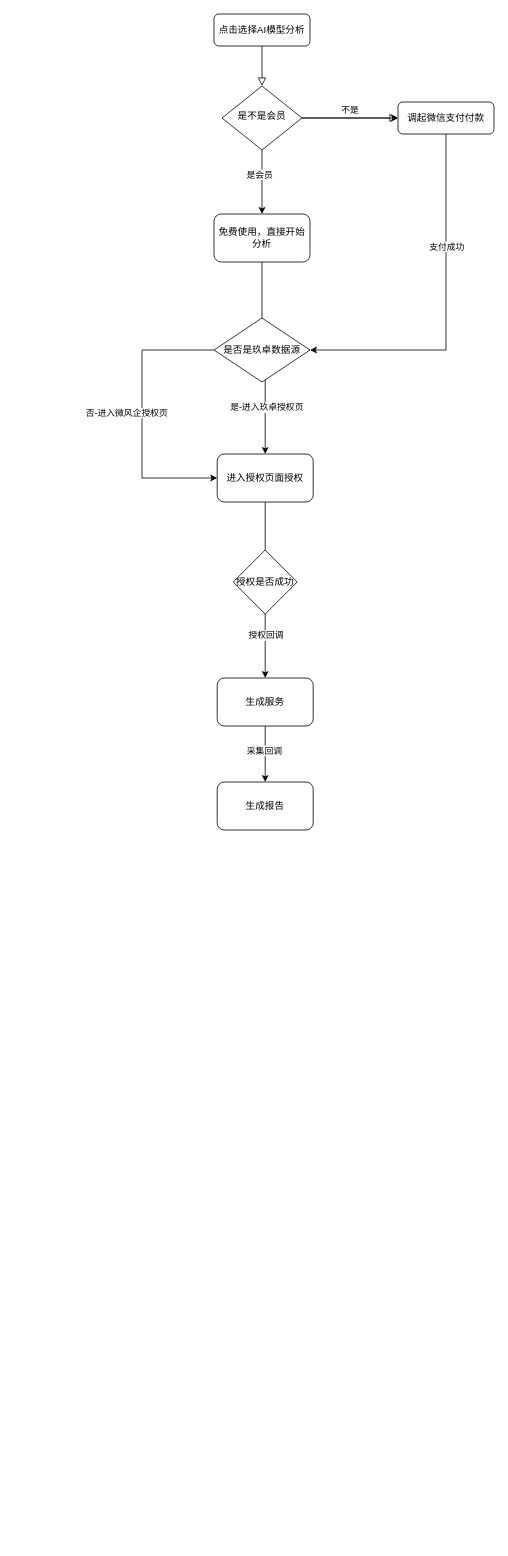
will-ye/learngitinhome keeps this draw.io diagram as 数据采集.drawio. Above is the earlier version. Source tidied: cells renumbered, new cells numbered last; positions are measured from the earlier drawing's top-left corner, leaving out a move shared by most shapes. Both pictures are drawn from the tidied source at 80%, with x=0, y=0 at pixel (142, 14).
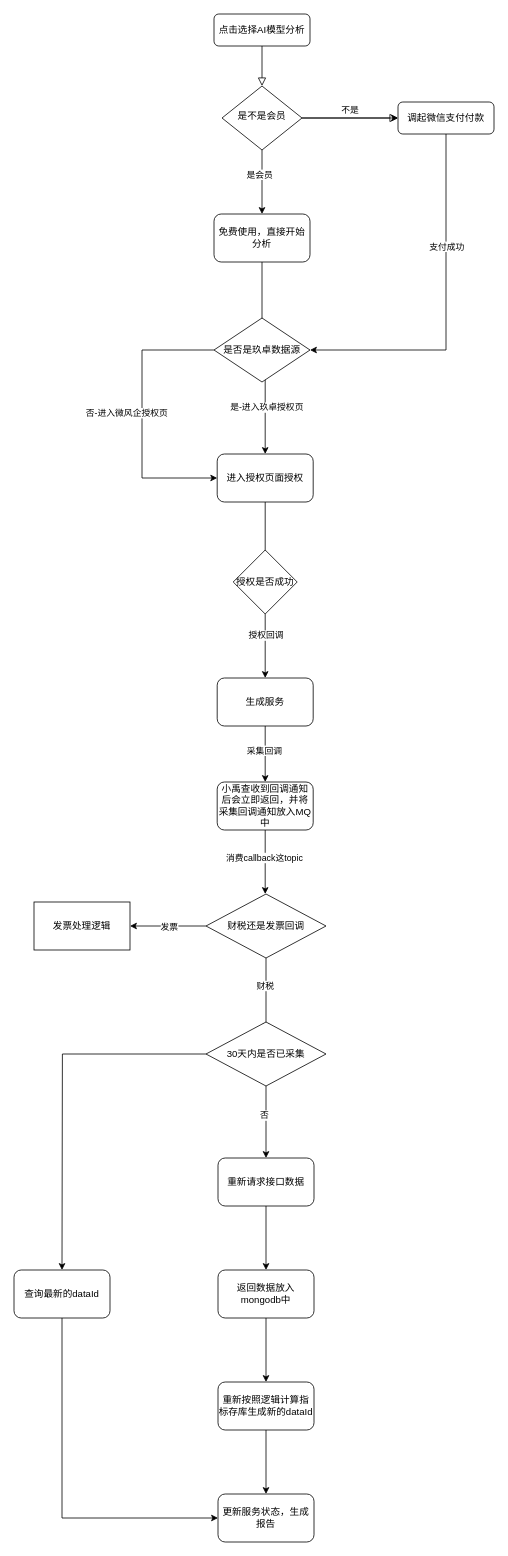
Above is the later version.

Commit message (it also covers changes not shown here):
更新数据采集.drawio

The edit, as a diff of the source:
```diff
@@
-<mxGraphModel>
+<mxGraphModel background="#ffffff">
@@
+    <mxCell id="27" style="edgeStyle=orthogonalEdgeStyle;rounded=0;jettySize=auto;html=1;" parent="1" edge="1" source="26">
+      <mxGeometry relative="1" as="geometry">
+        <mxPoint x="154" y="1100" as="targetPoint" />
+      </mxGeometry>
+    </mxCell>
+    <mxCell id="28" value="消费callback这topic" style="edgeLabel;html=1;align=center;verticalAlign=middle;" parent="27" vertex="1">
+      <mxGeometry x="-0.15" y="-2" relative="1" as="geometry" />
+    </mxCell>
-    <mxCell id="26" value="生成报告" style="rounded=1;whiteSpace=wrap;html=1;" parent="1" vertex="1">
+    <mxCell id="26" value="小禹查收到回调通知后会立即返回，并将采集回调通知放入MQ中" style="rounded=1;whiteSpace=wrap;html=1;" parent="1" vertex="1">
       <mxGeometry x="94" y="960" width="120" height="60" as="geometry" />
     </mxCell>
+    <mxCell id="29" style="edgeStyle=orthogonalEdgeStyle;rounded=0;jettySize=auto;html=1;" parent="1" edge="1" source="33">
+      <mxGeometry relative="1" as="geometry">
+        <mxPoint x="155" y="1270" as="targetPoint" />
+      </mxGeometry>
+    </mxCell>
+    <mxCell id="30" value="财税" style="edgeLabel;html=1;align=center;verticalAlign=middle;" parent="29" vertex="1">
+      <mxGeometry x="-0.24" y="-2" relative="1" as="geometry" />
+    </mxCell>
+    <mxCell id="31" style="edgeStyle=orthogonalEdgeStyle;rounded=0;jettySize=auto;html=1;" parent="1" edge="1" source="33" target="34">
+      <mxGeometry relative="1" as="geometry" />
+    </mxCell>
+    <mxCell id="32" value="发票" style="edgeLabel;html=1;align=center;verticalAlign=middle;" parent="31" vertex="1">
+      <mxGeometry x="-0.01" y="1" relative="1" as="geometry" />
+    </mxCell>
+    <mxCell id="33" value="财税还是发票回调" style="rhombus;whiteSpace=wrap;html=1;" parent="1" vertex="1">
+      <mxGeometry x="80" y="1100" width="150" height="80" as="geometry" />
+    </mxCell>
+    <mxCell id="34" value="发票处理逻辑" style="whiteSpace=wrap;html=1;" parent="1" vertex="1">
+      <mxGeometry x="-135" y="1110" width="120" height="60" as="geometry" />
+    </mxCell>
+    <mxCell id="35" style="edgeStyle=orthogonalEdgeStyle;rounded=0;jettySize=auto;html=1;" parent="1" edge="1" source="38">
+      <mxGeometry relative="1" as="geometry">
+        <mxPoint x="155" y="1430" as="targetPoint" />
+      </mxGeometry>
+    </mxCell>
+    <mxCell id="36" value="否" style="edgeLabel;html=1;align=center;verticalAlign=middle;" parent="35" vertex="1">
+      <mxGeometry x="-0.2" y="-3" relative="1" as="geometry" />
+    </mxCell>
+    <mxCell id="37" style="edgeStyle=orthogonalEdgeStyle;rounded=0;jettySize=auto;html=1;exitX=0;exitY=0.5;exitDx=0;exitDy=0;" parent="1" edge="1" source="38">
+      <mxGeometry relative="1" as="geometry">
+        <mxPoint x="-100" y="1570" as="targetPoint" />
+      </mxGeometry>
+    </mxCell>
+    <mxCell id="38" value="30天内是否已采集" style="rhombus;whiteSpace=wrap;html=1;" parent="1" vertex="1">
+      <mxGeometry x="80" y="1260" width="150" height="80" as="geometry" />
+    </mxCell>
+    <mxCell id="39" style="edgeStyle=orthogonalEdgeStyle;rounded=0;jettySize=auto;html=1;" parent="1" edge="1" source="40" target="42">
+      <mxGeometry relative="1" as="geometry" />
+    </mxCell>
+    <mxCell id="40" value="重新请求接口数据" style="rounded=1;whiteSpace=wrap;html=1;" parent="1" vertex="1">
+      <mxGeometry x="95" y="1430" width="120" height="60" as="geometry" />
+    </mxCell>
+    <mxCell id="41" style="edgeStyle=orthogonalEdgeStyle;rounded=0;jettySize=auto;html=1;" parent="1" edge="1" source="42" target="44">
+      <mxGeometry relative="1" as="geometry" />
+    </mxCell>
+    <mxCell id="42" value="返回数据放入mongodb中" style="rounded=1;whiteSpace=wrap;html=1;" parent="1" vertex="1">
+      <mxGeometry x="95" y="1570" width="120" height="60" as="geometry" />
+    </mxCell>
+    <mxCell id="43" style="edgeStyle=orthogonalEdgeStyle;rounded=0;jettySize=auto;html=1;" parent="1" edge="1" source="44" target="45">
+      <mxGeometry relative="1" as="geometry" />
+    </mxCell>
+    <mxCell id="44" value="重新按照逻辑计算指标存库生成新的dataId" style="whiteSpace=wrap;html=1;rounded=1;" parent="1" vertex="1">
+      <mxGeometry x="95" y="1710" width="120" height="60" as="geometry" />
+    </mxCell>
+    <mxCell id="45" value="更新服务状态，生成报告" style="whiteSpace=wrap;html=1;rounded=1;" parent="1" vertex="1">
+      <mxGeometry x="95" y="1850" width="120" height="60" as="geometry" />
+    </mxCell>
+    <mxCell id="46" style="edgeStyle=orthogonalEdgeStyle;rounded=0;jettySize=auto;html=1;exitX=0.5;exitY=1;exitDx=0;exitDy=0;entryX=0;entryY=0.5;entryDx=0;entryDy=0;" parent="1" edge="1" source="47" target="45">
+      <mxGeometry relative="1" as="geometry" />
+    </mxCell>
+    <mxCell id="47" value="查询最新的dataId" style="rounded=1;whiteSpace=wrap;html=1;" parent="1" vertex="1">
+      <mxGeometry x="-160" y="1570" width="120" height="60" as="geometry" />
+    </mxCell>
```
